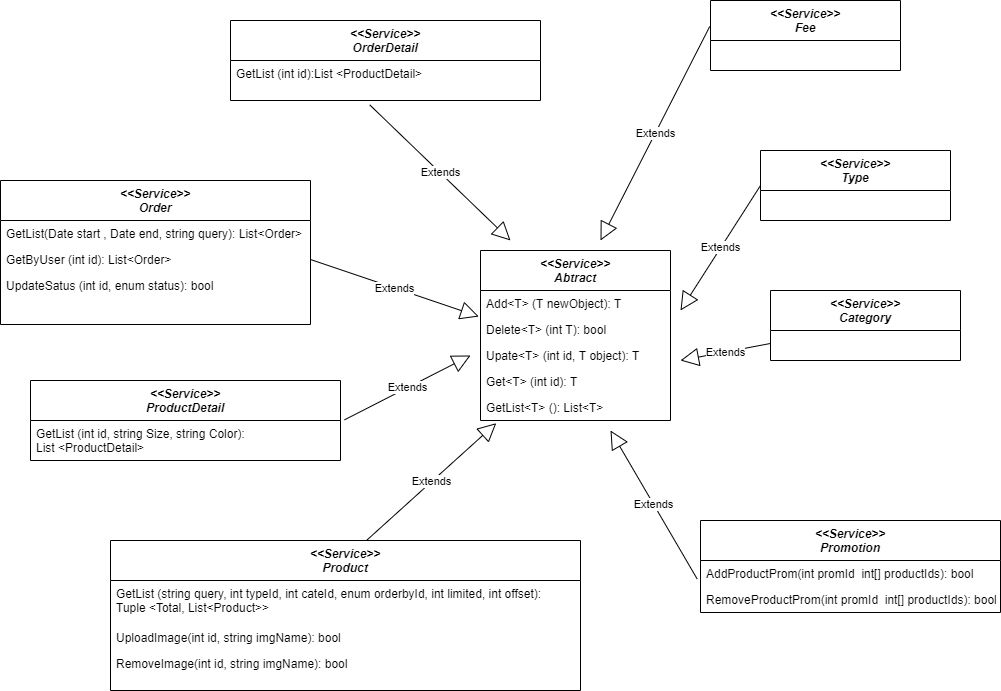
This is docs/service diagram.png from vtoan/fashion-ecom-ns, a draw.io export, as it was before one commit. Source tidied: cells renumbered, new cells last; positions are measured from the earlier drawing's top-left corner, leaving out a move shared by most shapes.
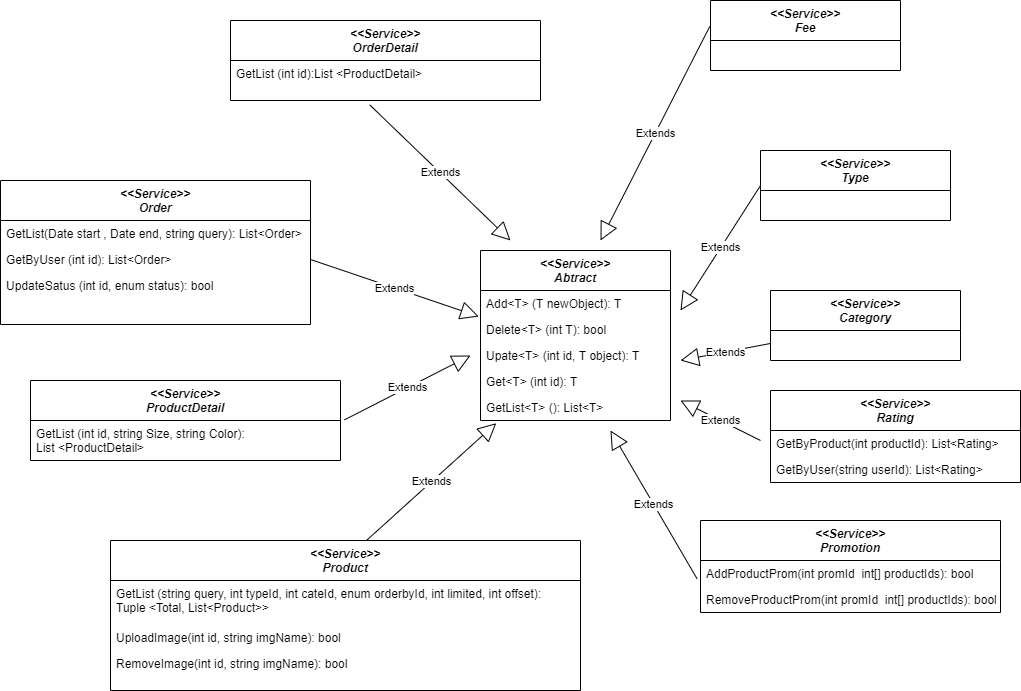
The same diagram one commit later.

What changed in the source:
```diff
@@ -110,5 +110,20 @@
     <mxCell id="33" value="RemoveProductProm(int promId  int[] productIds): bool" style="text;align=left;verticalAlign=top;spacingLeft=4;spacingRight=4;overflow=hidden;rounded=0;shadow=0;html=0;" parent="31" vertex="1">
       <mxGeometry y="66" width="300" height="26" as="geometry" />
     </mxCell>
+    <mxCell id="34" value="&lt;&lt;Service&gt;&gt;&#10;Rating" style="swimlane;fontStyle=3;align=center;verticalAlign=top;horizontal=1;startSize=40;rounded=0;shadow=0;strokeWidth=1;" parent="1" vertex="1">
+      <mxGeometry x="770" y="390" width="250" height="92" as="geometry" />
+    </mxCell>
+    <mxCell id="35" value="GetByProduct(int productId): List&lt;Rating&gt;" style="text;align=left;verticalAlign=top;spacingLeft=4;spacingRight=4;overflow=hidden;rounded=0;shadow=0;html=0;" parent="34" vertex="1">
+      <mxGeometry y="40" width="250" height="26" as="geometry" />
+    </mxCell>
+    <mxCell id="36" value="GetByUser(string userId): List&lt;Rating&gt;" style="text;align=left;verticalAlign=top;spacingLeft=4;spacingRight=4;overflow=hidden;rounded=0;shadow=0;html=0;" parent="34" vertex="1">
+      <mxGeometry y="66" width="250" height="26" as="geometry" />
+    </mxCell>
+    <mxCell id="37" value="Extends" style="endArrow=block;endSize=16;endFill=0;html=1;" parent="1" edge="1">
+      <mxGeometry relative="1" as="geometry">
+        <mxPoint x="760" y="440" as="sourcePoint" />
+        <mxPoint x="680" y="400" as="targetPoint" />
+      </mxGeometry>
+    </mxCell>
   </root>
 </mxGraphModel>
```
